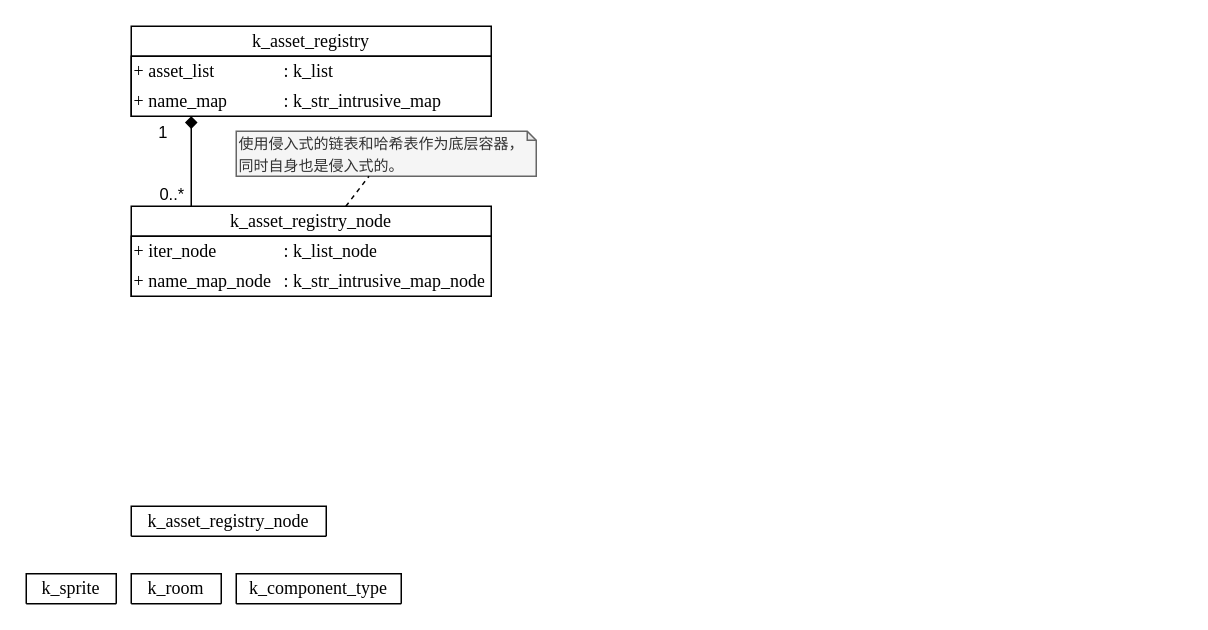
This is page "第 3 页" (3 of 5) of docs/drawio/k_game.drawio from szdxdxdx/k_game, a draw.io file, before an edit. Source tidied: cells renumbered, new cells numbered last; positions are measured from the earlier drawing's top-left corner, leaving out a move shared by most shapes. Both pictures are drawn from the tidied source at 150%, with x=0, y=0 at pixel (26, 26).
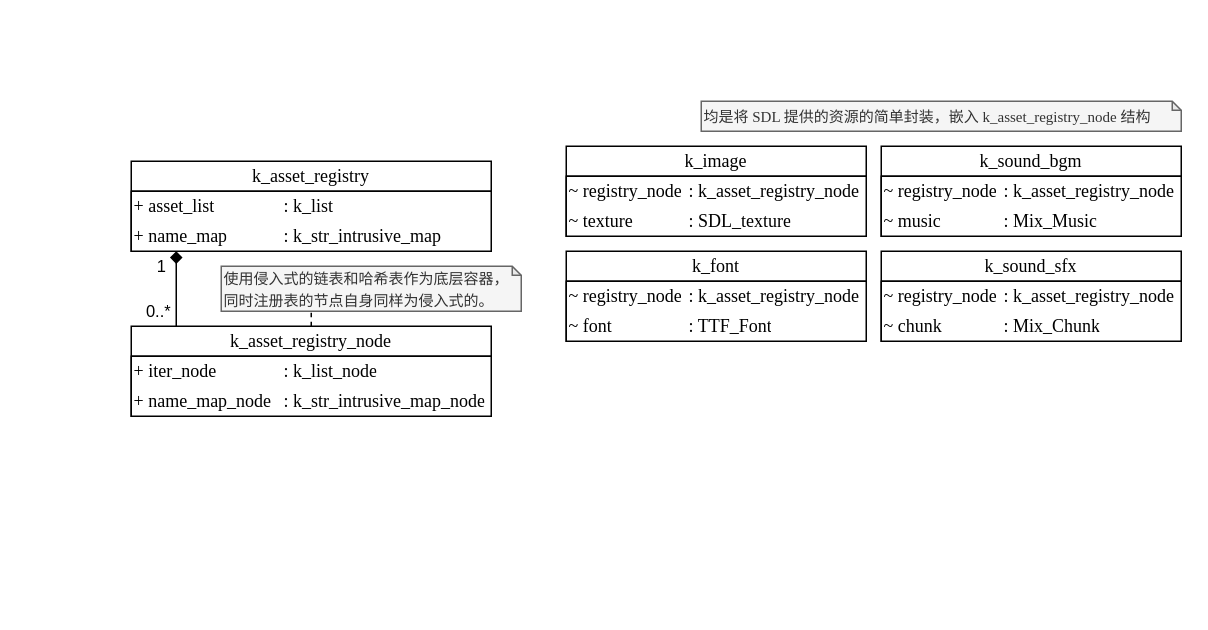
The same page after the edit.

What changed in the source:
```diff
@@
     <mxCell id="2" value="&lt;font&gt;k_asset_registry&lt;/font&gt;" style="swimlane;fontStyle=0;horizontal=1;startSize=20;fillColor=#FFFFFF;whiteSpace=wrap;html=1;labelBackgroundColor=default;fontFamily=Times New Roman;" parent="1" vertex="1">
-      <mxGeometry x="70" width="240" height="60" as="geometry" />
+      <mxGeometry x="70" y="90" width="240" height="60" as="geometry" />
     </mxCell>
@@
     <mxCell id="10" value="&lt;font&gt;k_asset_registry_node&lt;/font&gt;" style="swimlane;fontStyle=0;horizontal=1;startSize=20;fillColor=#FFFFFF;whiteSpace=wrap;html=1;labelBackgroundColor=default;fontFamily=Times New Roman;" parent="1" vertex="1">
-      <mxGeometry x="70" y="120" width="240" height="60" as="geometry" />
+      <mxGeometry x="70" y="200" width="240" height="60" as="geometry" />
     </mxCell>
@@
-    <mxCell id="18" style="endArrow=diamond;html=1;rounded=0;endFill=1;endSize=6;" parent="1" edge="1">
+    <mxCell id="18" style="endArrow=diamond;html=1;rounded=1;endFill=1;endSize=6;edgeStyle=orthogonalEdgeStyle;" parent="1" edge="1" source="10" target="2">
       <mxGeometry relative="1" as="geometry">
-        <mxPoint x="110" y="120" as="sourcePoint" />
-        <mxPoint x="110" y="60" as="targetPoint" />
+        <Array as="points">
+          <mxPoint x="100" y="180" />
+          <mxPoint x="100" y="180" />
+        </Array>
       </mxGeometry>
     </mxCell>
     <mxCell id="19" value="0..*" style="edgeLabel;html=1;align=center;verticalAlign=middle;" parent="18" vertex="1">
       <mxGeometry x="-0.7" y="-1" relative="1" as="geometry">
-        <mxPoint x="-15" as="offset" />
+        <mxPoint x="-14" y="-3" as="offset" />
       </mxGeometry>
     </mxCell>
     <mxCell id="20" value="1" style="edgeLabel;html=1;align=center;verticalAlign=middle;" parent="18" vertex="1">
       <mxGeometry x="0.31" y="1" relative="1" as="geometry">
-        <mxPoint x="-19" y="-11" as="offset" />
+        <mxPoint x="-10" y="-8" as="offset" />
       </mxGeometry>
     </mxCell>
-    <mxCell id="21" value="&lt;font style=&quot;font-size: 10px;&quot;&gt;使用侵入式的链表和哈希表作为底层容器，同时自身也是侵入式的。&lt;br&gt;&lt;/font&gt;" style="shape=note;whiteSpace=wrap;html=1;backgroundOutline=1;darkOpacity=0.05;size=6;fontFamily=Times New Roman;align=left;fillColor=#f5f5f5;fontColor=#333333;strokeColor=#666666;spacing=2;" parent="1" vertex="1">
-      <mxGeometry x="140" y="70" width="200" height="30" as="geometry" />
+    <mxCell id="21" value="&lt;font style=&quot;font-size: 10px;&quot;&gt;使用侵入式的链表和哈希表作为底层容器，同时注册表的节点自身同样为侵入式的。&lt;br&gt;&lt;/font&gt;" style="shape=note;whiteSpace=wrap;html=1;backgroundOutline=1;darkOpacity=0.05;size=6;fontFamily=Times New Roman;align=left;fillColor=#f5f5f5;fontColor=#333333;strokeColor=#666666;spacing=2;" parent="1" vertex="1">
+      <mxGeometry x="130" y="160" width="200" height="30" as="geometry" />
     </mxCell>
-    <mxCell id="22" style="endArrow=none;dashed=1;html=1;rounded=0;" parent="1" edge="1" source="10" target="21">
-      <mxGeometry relative="1" as="geometry" />
+    <mxCell id="22" style="endArrow=none;dashed=1;html=1;rounded=1;edgeStyle=orthogonalEdgeStyle;" parent="1" edge="1" source="10" target="21">
+      <mxGeometry relative="1" as="geometry">
+        <Array as="points">
+          <mxPoint x="210" y="210" />
+          <mxPoint x="210" y="210" />
+        </Array>
+      </mxGeometry>
     </mxCell>
-    <mxCell id="23" value="&lt;font&gt;k_asset_registry_node&lt;/font&gt;" style="swimlane;fontStyle=0;horizontal=1;startSize=20;fillColor=#FFFFFF;whiteSpace=wrap;html=1;labelBackgroundColor=default;fontFamily=Times New Roman;" parent="1" vertex="1">
-      <mxGeometry x="70" y="320" width="130" height="20" as="geometry" />
-    </mxCell>
-    <mxCell id="24" value="&lt;font&gt;k_sprite&lt;/font&gt;" style="swimlane;fontStyle=0;horizontal=1;startSize=20;fillColor=#FFFFFF;whiteSpace=wrap;html=1;labelBackgroundColor=default;fontFamily=Times New Roman;" parent="1" vertex="1">
-      <mxGeometry y="365" width="60" height="20" as="geometry" />
-    </mxCell>
-    <mxCell id="25" value="&lt;font&gt;k_room&lt;/font&gt;" style="swimlane;fontStyle=0;horizontal=1;startSize=20;fillColor=#FFFFFF;whiteSpace=wrap;html=1;labelBackgroundColor=default;fontFamily=Times New Roman;" parent="1" vertex="1">
-      <mxGeometry x="70" y="365" width="60" height="20" as="geometry" />
-    </mxCell>
-    <mxCell id="26" value="&lt;font&gt;k_component_type&lt;/font&gt;" style="swimlane;fontStyle=0;horizontal=1;startSize=20;fillColor=#FFFFFF;whiteSpace=wrap;html=1;labelBackgroundColor=default;fontFamily=Times New Roman;" parent="1" vertex="1">
-      <mxGeometry x="140" y="365" width="110" height="20" as="geometry" />
-    </mxCell>
+    <mxCell id="27" value="&lt;font&gt;k_image&lt;/font&gt;" style="swimlane;fontStyle=0;horizontal=1;startSize=20;fillColor=#FFFFFF;whiteSpace=wrap;html=1;labelBackgroundColor=default;fontFamily=Times New Roman;" parent="1" vertex="1">
+      <mxGeometry x="360" y="80" width="200" height="60" as="geometry" />
+    </mxCell>
+    <mxCell id="28" style="shape=table;html=1;whiteSpace=wrap;startSize=0;childLayout=tableLayout;columnLines=0;rowLines=0;fontSize=16;strokeColor=default;align=left;fontFamily=Times New Roman;" parent="27" vertex="1">
+      <mxGeometry y="20" width="200" height="40" as="geometry" />
+    </mxCell>
+    <mxCell id="29" style="shape=tableRow;horizontal=0;startSize=0;swimlaneHead=0;swimlaneBody=0;top=0;left=0;bottom=0;right=0;fillColor=none;fontSize=16;strokeColor=inherit;fontFamily=Times New Roman;" parent="28" vertex="1">
+      <mxGeometry width="200" height="20" as="geometry" />
+    </mxCell>
+    <mxCell id="30" value="~ registry_node" style="shape=partialRectangle;html=1;whiteSpace=wrap;fillColor=none;top=0;left=0;bottom=0;right=0;overflow=hidden;fontSize=12;strokeColor=inherit;align=left;fontFamily=Times New Roman;" parent="29" vertex="1">
+      <mxGeometry width="80" height="20" as="geometry" />
+    </mxCell>
+    <mxCell id="31" value=": k_asset_registry_node" style="shape=partialRectangle;html=1;whiteSpace=wrap;fillColor=none;top=0;left=0;bottom=0;right=0;overflow=hidden;fontSize=12;strokeColor=inherit;align=left;fontFamily=Times New Roman;" parent="29" vertex="1">
+      <mxGeometry x="80" width="120" height="20" as="geometry" />
+    </mxCell>
+    <mxCell id="32" style="shape=tableRow;horizontal=0;startSize=0;swimlaneHead=0;swimlaneBody=0;top=0;left=0;bottom=0;right=0;fillColor=none;fontSize=16;strokeColor=inherit;fontFamily=Times New Roman;" parent="28" vertex="1">
+      <mxGeometry y="20" width="200" height="20" as="geometry" />
+    </mxCell>
+    <mxCell id="33" value="~ texture" style="shape=partialRectangle;html=1;whiteSpace=wrap;fillColor=none;top=0;left=0;bottom=0;right=0;overflow=hidden;fontSize=12;strokeColor=inherit;align=left;fontFamily=Times New Roman;" parent="32" vertex="1">
+      <mxGeometry width="80" height="20" as="geometry" />
+    </mxCell>
+    <mxCell id="34" value=": SDL_texture" style="shape=partialRectangle;html=1;whiteSpace=wrap;fillColor=none;top=0;left=0;bottom=0;right=0;overflow=hidden;fontSize=12;strokeColor=inherit;align=left;fontFamily=Times New Roman;" parent="32" vertex="1">
+      <mxGeometry x="80" width="120" height="20" as="geometry" />
+    </mxCell>
+    <mxCell id="35" value="&lt;font&gt;k_sound_sfx&lt;/font&gt;" style="swimlane;fontStyle=0;horizontal=1;startSize=20;fillColor=#FFFFFF;whiteSpace=wrap;html=1;labelBackgroundColor=default;fontFamily=Times New Roman;" parent="1" vertex="1">
+      <mxGeometry x="570" y="150" width="200" height="60" as="geometry" />
+    </mxCell>
+    <mxCell id="36" style="shape=table;html=1;whiteSpace=wrap;startSize=0;childLayout=tableLayout;columnLines=0;rowLines=0;fontSize=16;strokeColor=default;align=left;fontFamily=Times New Roman;" parent="35" vertex="1">
+      <mxGeometry y="20" width="200" height="40" as="geometry" />
+    </mxCell>
+    <mxCell id="37" style="shape=tableRow;horizontal=0;startSize=0;swimlaneHead=0;swimlaneBody=0;top=0;left=0;bottom=0;right=0;fillColor=none;fontSize=16;strokeColor=inherit;fontFamily=Times New Roman;" parent="36" vertex="1">
+      <mxGeometry width="200" height="20" as="geometry" />
+    </mxCell>
+    <mxCell id="38" value="~ registry_node" style="shape=partialRectangle;html=1;whiteSpace=wrap;fillColor=none;top=0;left=0;bottom=0;right=0;overflow=hidden;fontSize=12;strokeColor=inherit;align=left;fontFamily=Times New Roman;" parent="37" vertex="1">
+      <mxGeometry width="80" height="20" as="geometry" />
+    </mxCell>
+    <mxCell id="39" value=": k_asset_registry_node" style="shape=partialRectangle;html=1;whiteSpace=wrap;fillColor=none;top=0;left=0;bottom=0;right=0;overflow=hidden;fontSize=12;strokeColor=inherit;align=left;fontFamily=Times New Roman;" parent="37" vertex="1">
+      <mxGeometry x="80" width="120" height="20" as="geometry" />
+    </mxCell>
+    <mxCell id="40" style="shape=tableRow;horizontal=0;startSize=0;swimlaneHead=0;swimlaneBody=0;top=0;left=0;bottom=0;right=0;fillColor=none;fontSize=16;strokeColor=inherit;fontFamily=Times New Roman;" parent="36" vertex="1">
+      <mxGeometry y="20" width="200" height="20" as="geometry" />
+    </mxCell>
+    <mxCell id="41" value="~ chunk" style="shape=partialRectangle;html=1;whiteSpace=wrap;fillColor=none;top=0;left=0;bottom=0;right=0;overflow=hidden;fontSize=12;strokeColor=inherit;align=left;fontFamily=Times New Roman;" parent="40" vertex="1">
+      <mxGeometry width="80" height="20" as="geometry" />
+    </mxCell>
+    <mxCell id="42" value=": Mix_Chunk" style="shape=partialRectangle;html=1;whiteSpace=wrap;fillColor=none;top=0;left=0;bottom=0;right=0;overflow=hidden;fontSize=12;strokeColor=inherit;align=left;fontFamily=Times New Roman;" parent="40" vertex="1">
+      <mxGeometry x="80" width="120" height="20" as="geometry" />
+    </mxCell>
+    <mxCell id="43" value="&lt;font&gt;k_sound_bgm&lt;/font&gt;" style="swimlane;fontStyle=0;horizontal=1;startSize=20;fillColor=#FFFFFF;whiteSpace=wrap;html=1;labelBackgroundColor=default;fontFamily=Times New Roman;" parent="1" vertex="1">
+      <mxGeometry x="570" y="80" width="200" height="60" as="geometry" />
+    </mxCell>
+    <mxCell id="44" style="shape=table;html=1;whiteSpace=wrap;startSize=0;childLayout=tableLayout;columnLines=0;rowLines=0;fontSize=16;strokeColor=default;align=left;fontFamily=Times New Roman;" parent="43" vertex="1">
+      <mxGeometry y="20" width="200" height="40" as="geometry" />
+    </mxCell>
+    <mxCell id="45" style="shape=tableRow;horizontal=0;startSize=0;swimlaneHead=0;swimlaneBody=0;top=0;left=0;bottom=0;right=0;fillColor=none;fontSize=16;strokeColor=inherit;fontFamily=Times New Roman;" parent="44" vertex="1">
+      <mxGeometry width="200" height="20" as="geometry" />
+    </mxCell>
+    <mxCell id="46" value="~ registry_node" style="shape=partialRectangle;html=1;whiteSpace=wrap;fillColor=none;top=0;left=0;bottom=0;right=0;overflow=hidden;fontSize=12;strokeColor=inherit;align=left;fontFamily=Times New Roman;" parent="45" vertex="1">
+      <mxGeometry width="80" height="20" as="geometry" />
+    </mxCell>
+    <mxCell id="47" value=": k_asset_registry_node" style="shape=partialRectangle;html=1;whiteSpace=wrap;fillColor=none;top=0;left=0;bottom=0;right=0;overflow=hidden;fontSize=12;strokeColor=inherit;align=left;fontFamily=Times New Roman;" parent="45" vertex="1">
+      <mxGeometry x="80" width="120" height="20" as="geometry" />
+    </mxCell>
+    <mxCell id="48" style="shape=tableRow;horizontal=0;startSize=0;swimlaneHead=0;swimlaneBody=0;top=0;left=0;bottom=0;right=0;fillColor=none;fontSize=16;strokeColor=inherit;fontFamily=Times New Roman;" parent="44" vertex="1">
+      <mxGeometry y="20" width="200" height="20" as="geometry" />
+    </mxCell>
+    <mxCell id="49" value="~ music" style="shape=partialRectangle;html=1;whiteSpace=wrap;fillColor=none;top=0;left=0;bottom=0;right=0;overflow=hidden;fontSize=12;strokeColor=inherit;align=left;fontFamily=Times New Roman;" parent="48" vertex="1">
+      <mxGeometry width="80" height="20" as="geometry" />
+    </mxCell>
+    <mxCell id="50" value=": Mix_Music" style="shape=partialRectangle;html=1;whiteSpace=wrap;fillColor=none;top=0;left=0;bottom=0;right=0;overflow=hidden;fontSize=12;strokeColor=inherit;align=left;fontFamily=Times New Roman;" parent="48" vertex="1">
+      <mxGeometry x="80" width="120" height="20" as="geometry" />
+    </mxCell>
+    <mxCell id="51" value="&lt;font&gt;k_font&lt;/font&gt;" style="swimlane;fontStyle=0;horizontal=1;startSize=20;fillColor=#FFFFFF;whiteSpace=wrap;html=1;labelBackgroundColor=default;fontFamily=Times New Roman;" parent="1" vertex="1">
+      <mxGeometry x="360" y="150" width="200" height="60" as="geometry" />
+    </mxCell>
+    <mxCell id="52" style="shape=table;html=1;whiteSpace=wrap;startSize=0;childLayout=tableLayout;columnLines=0;rowLines=0;fontSize=16;strokeColor=default;align=left;fontFamily=Times New Roman;" parent="51" vertex="1">
+      <mxGeometry y="20" width="200" height="40" as="geometry" />
+    </mxCell>
+    <mxCell id="53" style="shape=tableRow;horizontal=0;startSize=0;swimlaneHead=0;swimlaneBody=0;top=0;left=0;bottom=0;right=0;fillColor=none;fontSize=16;strokeColor=inherit;fontFamily=Times New Roman;" parent="52" vertex="1">
+      <mxGeometry width="200" height="20" as="geometry" />
+    </mxCell>
+    <mxCell id="54" value="~ registry_node" style="shape=partialRectangle;html=1;whiteSpace=wrap;fillColor=none;top=0;left=0;bottom=0;right=0;overflow=hidden;fontSize=12;strokeColor=inherit;align=left;fontFamily=Times New Roman;" parent="53" vertex="1">
+      <mxGeometry width="80" height="20" as="geometry" />
+    </mxCell>
+    <mxCell id="55" value=": k_asset_registry_node" style="shape=partialRectangle;html=1;whiteSpace=wrap;fillColor=none;top=0;left=0;bottom=0;right=0;overflow=hidden;fontSize=12;strokeColor=inherit;align=left;fontFamily=Times New Roman;" parent="53" vertex="1">
+      <mxGeometry x="80" width="120" height="20" as="geometry" />
+    </mxCell>
+    <mxCell id="56" style="shape=tableRow;horizontal=0;startSize=0;swimlaneHead=0;swimlaneBody=0;top=0;left=0;bottom=0;right=0;fillColor=none;fontSize=16;strokeColor=inherit;fontFamily=Times New Roman;" parent="52" vertex="1">
+      <mxGeometry y="20" width="200" height="20" as="geometry" />
+    </mxCell>
+    <mxCell id="57" value="~ font" style="shape=partialRectangle;html=1;whiteSpace=wrap;fillColor=none;top=0;left=0;bottom=0;right=0;overflow=hidden;fontSize=12;strokeColor=inherit;align=left;fontFamily=Times New Roman;" parent="56" vertex="1">
+      <mxGeometry width="80" height="20" as="geometry" />
+    </mxCell>
+    <mxCell id="58" value=": TTF_Font" style="shape=partialRectangle;html=1;whiteSpace=wrap;fillColor=none;top=0;left=0;bottom=0;right=0;overflow=hidden;fontSize=12;strokeColor=inherit;align=left;fontFamily=Times New Roman;" parent="56" vertex="1">
+      <mxGeometry x="80" width="120" height="20" as="geometry" />
+    </mxCell>
+    <mxCell id="59" value="&lt;font style=&quot;font-size: 10px;&quot;&gt;均是将 SDL 提供的资源的简单封装，嵌入 k_asset_registry_node 结构&lt;br&gt;&lt;/font&gt;" style="shape=note;whiteSpace=wrap;html=1;backgroundOutline=1;darkOpacity=0.05;size=6;fontFamily=Times New Roman;align=left;fillColor=#f5f5f5;fontColor=#333333;strokeColor=#666666;spacing=2;" parent="1" vertex="1">
+      <mxGeometry x="450" y="50" width="320" height="20" as="geometry" />
+    </mxCell>
```
